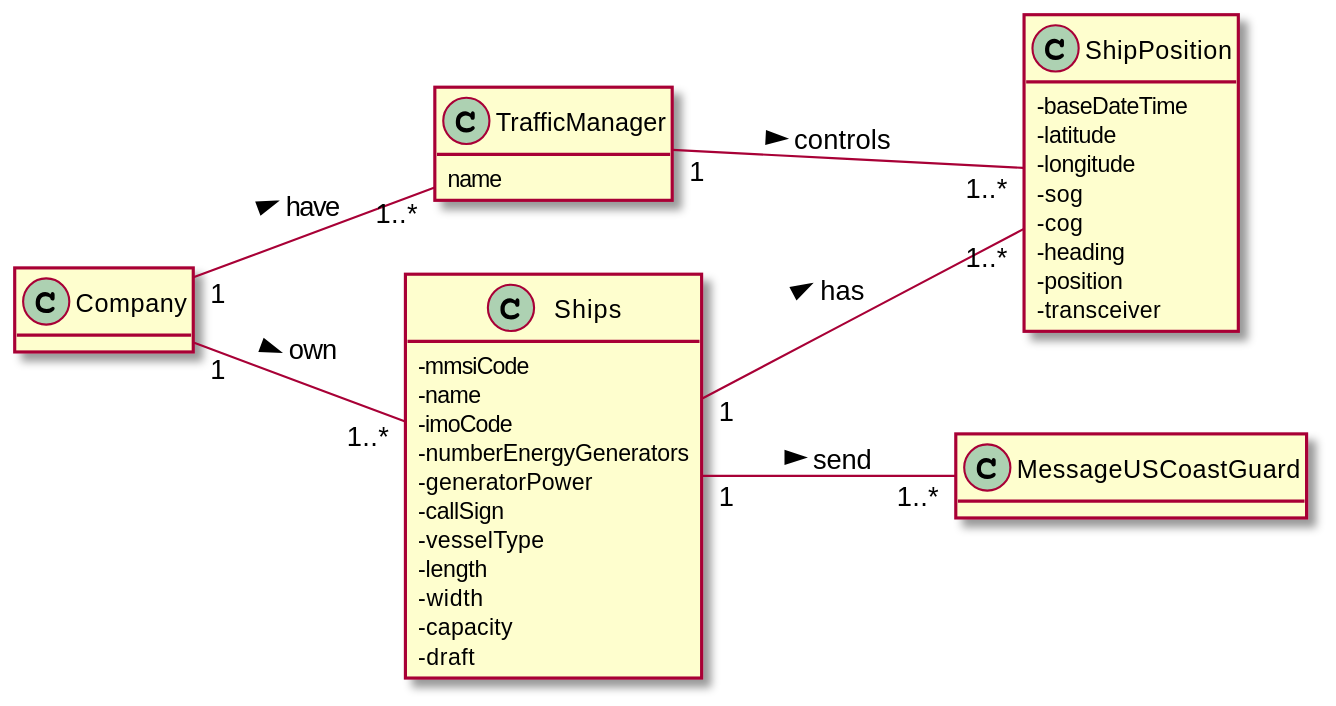
This is docs/US103/US103_DM.svg from 0franciscor/lapr3-2021-g042, a PlantUML export, as it was before one commit. The source it was exported from:
```plantuml
@startuml

hide methods
left to right direction
skinparam classAttributeIconSize 0

class TrafficManager {
name
}

class ShipPosition {
-baseDateTime
-latitude
-longitude
-sog
-cog
-heading
-position
-transceiver
}

class Ships {
-mmsiCode
-name
-imoCode
-numberEnergyGenerators
-generatorPower
-callSign
-vesselType
-length
-width
-capacity
-draft
}

class MessageUSCoastGuard {

}

class Company {

}

Company "1"--"1..*" Ships: own >
Company "1"--"1..*" TrafficManager: have >

Ships "1"--"1..*" MessageUSCoastGuard: send >
Ships "1" -- "1..*" ShipPosition : has >

TrafficManager "1" -- "1..*" ShipPosition : controls >

@enduml
```
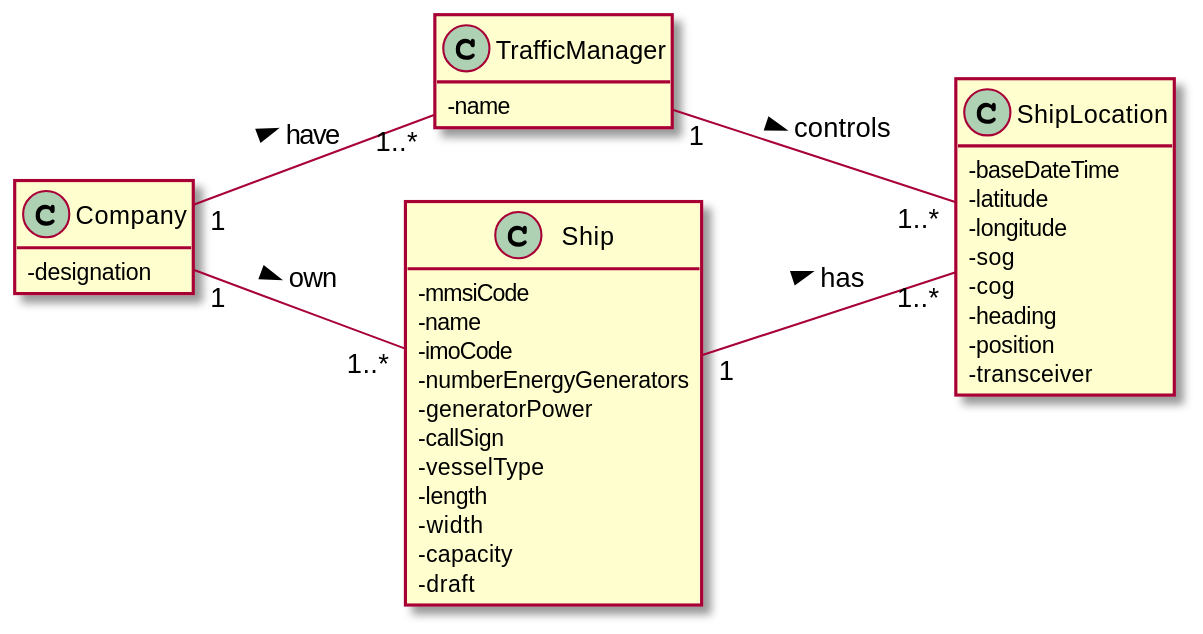
Above is the later version.

Commit message:
G42-3 #comment Changing the name of some classes

The edit, as a diff of the source:
```diff
@@ -5,10 +5,10 @@
 skinparam classAttributeIconSize 0
 
 class TrafficManager {
-name
+-name
 }
 
-class ShipPosition {
+class ShipLocation {
 -baseDateTime
 -latitude
 -longitude
@@ -19,7 +19,7 @@
 -transceiver
 }
 
-class Ships {
+class Ship {
 -mmsiCode
 -name
 -imoCode
@@ -33,20 +33,15 @@
 -draft
 }
 
-class MessageUSCoastGuard {
-
+class Company {
+-designation
 }
 
-class Company {
-
-}
-
-Company "1"--"1..*" Ships: own >
+Company "1"--"1..*" Ship: own >
 Company "1"--"1..*" TrafficManager: have >
 
-Ships "1"--"1..*" MessageUSCoastGuard: send >
-Ships "1" -- "1..*" ShipPosition : has >
+Ship "1" -- "1..*" ShipLocation : has >
 
-TrafficManager "1" -- "1..*" ShipPosition : controls >
+TrafficManager "1" -- "1..*" ShipLocation : controls >
 
 @enduml
```
